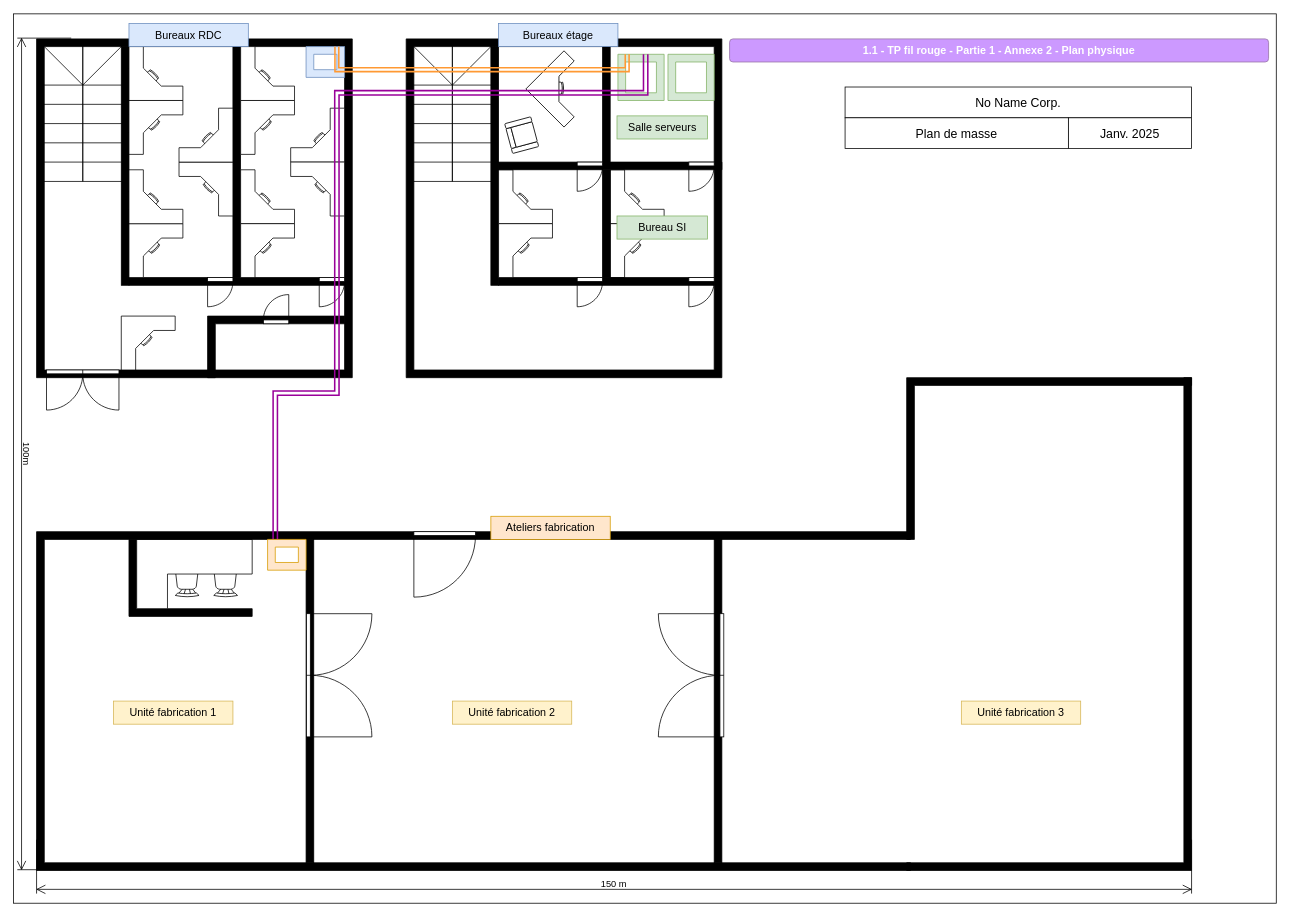
Earlier version of the draw.io diagram page "Plan physique" (4 of 4) of 1-1-Materiel-physique/1.1-TP-part2.drawio (No-Name-Academy/Networking-for-noobs). Source tidied: cells renumbered, new cells numbered last; positions are measured from the earlier drawing's top-left corner, leaving out a move shared by most shapes. Both pictures are drawn from the tidied source at 77%, with x=0, y=0 at pixel (-372, 14).
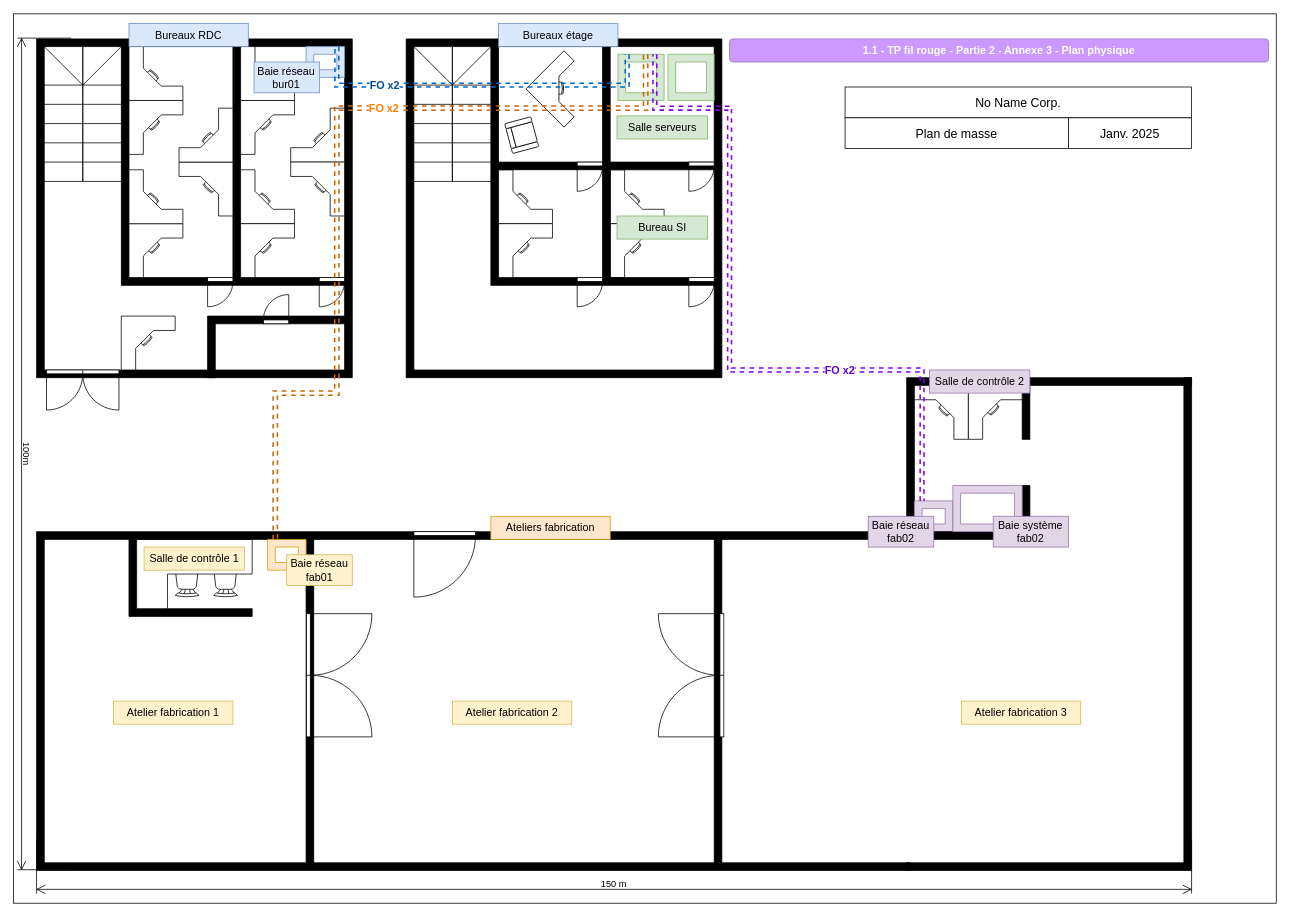
The same diagram, later.

Unchanged cells that the change refers to:
```xml
<mxCell id="41" style="verticalLabelPosition=bottom;html=1;verticalAlign=top;align=center;shape=mxgraph.floorplan.room;fillColor=#d5e8d4;strokeColor=#82b366;points=[[0.2,0,0,0,0],[0.4,0,0,0,0],[0.6,0,0,0,0],[0.8,0,0,0,0]];" parent="1" vertex="1">
  <mxGeometry x="1285" y="52" width="60" height="60" as="geometry" />
</mxCell>
<mxCell id="51" style="verticalLabelPosition=bottom;html=1;verticalAlign=top;align=center;shape=mxgraph.floorplan.room;fillColor=#dae8fc;strokeColor=#6c8ebf;points=[[0.2,0,0,0,0],[0.4,0,0,0,0],[0.6,0,0,0,0],[0.8,0,0,0,0]];" parent="1" vertex="1">
  <mxGeometry x="880" y="42" width="50" height="40" as="geometry" />
</mxCell>
<mxCell id="73" style="verticalLabelPosition=bottom;html=1;verticalAlign=top;align=center;shape=mxgraph.floorplan.room;fillColor=#ffe6cc;strokeColor=#d79b00;points=[[0.2,0,0,0,0],[0.4,0,0,0,0],[0.6,0,0,0,0],[0.8,0,0,0,0]];" parent="1" vertex="1">
  <mxGeometry x="830" y="682" width="50" height="40" as="geometry" />
</mxCell>
```

The edit, as a diff of the source:
```diff
@@
-    <mxCell id="61" value="Bureaux étage" style="text;html=1;align=center;verticalAlign=middle;whiteSpace=wrap;rounded=0;fillColor=#dae8fc;strokeColor=#6c8ebf;fontSize=14;" parent="1" vertex="1">
-      <mxGeometry x="1130" y="12" width="155" height="30" as="geometry" />
-    </mxCell>
@@
-    <mxCell id="63" value="Unité fabrication 1" style="text;html=1;align=center;verticalAlign=middle;whiteSpace=wrap;rounded=0;fillColor=#fff2cc;strokeColor=#d6b656;fontSize=14;" parent="1" vertex="1">
+    <mxCell id="63" value="Atelier fabrication 1" style="text;html=1;align=center;verticalAlign=middle;whiteSpace=wrap;rounded=0;fillColor=#fff2cc;strokeColor=#d6b656;fontSize=14;" parent="1" vertex="1">
       <mxGeometry x="630" y="892" width="155" height="30" as="geometry" />
     </mxCell>
-    <mxCell id="64" value="Unité fabrication 2" style="text;html=1;align=center;verticalAlign=middle;whiteSpace=wrap;rounded=0;fillColor=#fff2cc;strokeColor=#d6b656;fontSize=14;" parent="1" vertex="1">
+    <mxCell id="64" value="Atelier fabrication 2" style="text;html=1;align=center;verticalAlign=middle;whiteSpace=wrap;rounded=0;fillColor=#fff2cc;strokeColor=#d6b656;fontSize=14;" parent="1" vertex="1">
       <mxGeometry x="1070" y="892" width="155" height="30" as="geometry" />
     </mxCell>
-    <mxCell id="65" value="Unité fabrication 3" style="text;html=1;align=center;verticalAlign=middle;whiteSpace=wrap;rounded=0;fillColor=#fff2cc;strokeColor=#d6b656;fontSize=14;" parent="1" vertex="1">
+    <mxCell id="65" value="Atelier fabrication 3" style="text;html=1;align=center;verticalAlign=middle;whiteSpace=wrap;rounded=0;fillColor=#fff2cc;strokeColor=#d6b656;fontSize=14;" parent="1" vertex="1">
       <mxGeometry x="1731" y="892" width="155" height="30" as="geometry" />
     </mxCell>
@@
-    <mxCell id="71" style="endArrow=none;html=1;rounded=0;entryX=0.2;entryY=0;entryDx=0;entryDy=0;entryPerimeter=0;exitX=0.8;exitY=0;exitDx=0;exitDy=0;exitPerimeter=0;edgeStyle=orthogonalEdgeStyle;strokeWidth=2;strokeColor=#FF9933;shape=link;" parent="1" edge="1" source="51" target="41">
+    <mxCell id="71" style="endArrow=none;html=1;rounded=0;entryX=0.2;entryY=0;entryDx=0;entryDy=0;entryPerimeter=0;exitX=0.8;exitY=0;exitDx=0;exitDy=0;exitPerimeter=0;edgeStyle=orthogonalEdgeStyle;strokeWidth=2;strokeColor=#0066CC;shape=link;dashed=1;" parent="1" edge="1" source="51" target="41">
       <mxGeometry relative="1" as="geometry">
         <Array as="points">
-          <mxPoint x="920" y="72" />
-          <mxPoint x="1297" y="72" />
+          <mxPoint x="920" y="92" />
+          <mxPoint x="1297" y="92" />
         </Array>
       </mxGeometry>
     </mxCell>
+    <mxCell id="75" value="FO x2" style="edgeLabel;html=1;align=center;verticalAlign=middle;fontSize=14;fontColor=#004C99;fontStyle=1;" parent="71" vertex="1">
+      <mxGeometry x="0.28" y="1" relative="1" as="geometry">
+        <mxPoint x="-188" as="offset" />
+      </mxGeometry>
+    </mxCell>
-    <mxCell id="72" style="endArrow=none;html=1;rounded=0;entryX=0.6;entryY=0;entryDx=0;entryDy=0;entryPerimeter=0;exitX=0.2;exitY=0;exitDx=0;exitDy=0;exitPerimeter=0;edgeStyle=orthogonalEdgeStyle;strokeWidth=2;strokeColor=#990099;shape=link;width=4.615384615384615;" parent="1" edge="1" source="73" target="41">
+    <mxCell id="72" style="endArrow=none;html=1;rounded=0;entryX=0.6;entryY=0;entryDx=0;entryDy=0;entryPerimeter=0;exitX=0.2;exitY=0;exitDx=0;exitDy=0;exitPerimeter=0;edgeStyle=orthogonalEdgeStyle;strokeWidth=2;strokeColor=#CC6600;shape=link;width=4.615384615384615;dashed=1;" parent="1" edge="1" source="73" target="41">
       <mxGeometry relative="1" as="geometry">
         <Array as="points">
           <mxPoint x="840" y="492" />
           <mxPoint x="920" y="492" />
-          <mxPoint x="920" y="102" />
-          <mxPoint x="1321" y="102" />
+          <mxPoint x="920" y="122" />
+          <mxPoint x="1321" y="122" />
         </Array>
       </mxGeometry>
     </mxCell>
+    <mxCell id="76" value="FO x2" style="edgeLabel;html=1;align=center;verticalAlign=middle;fontSize=14;fontColor=#FF8000;fontStyle=1;" parent="72" vertex="1">
+      <mxGeometry x="0.26" y="-3" relative="1" as="geometry">
+        <mxPoint y="-4" as="offset" />
+      </mxGeometry>
+    </mxCell>
@@
+    <mxCell id="77" style="verticalLabelPosition=bottom;html=1;verticalAlign=top;align=center;shape=mxgraph.floorplan.room;fillColor=#e1d5e7;strokeColor=#9673a6;points=[[0.2,0,0,0,0],[0.4,0,0,0,0],[0.6,0,0,0,0],[0.8,0,0,0,0]];" parent="1" vertex="1">
+      <mxGeometry x="1670" y="632" width="50" height="40" as="geometry" />
+    </mxCell>
+    <mxCell id="78" style="verticalLabelPosition=bottom;html=1;verticalAlign=top;align=center;shape=mxgraph.floorplan.wall;fillColor=strokeColor;direction=south;" parent="1" vertex="1">
+      <mxGeometry x="1810" y="482" width="10" height="70" as="geometry" />
+    </mxCell>
+    <mxCell id="79" style="verticalLabelPosition=bottom;html=1;verticalAlign=top;align=center;shape=mxgraph.floorplan.desk_corner;" parent="1" vertex="1">
+      <mxGeometry x="1740" y="482" width="70" height="70" as="geometry" />
+    </mxCell>
+    <mxCell id="80" style="verticalLabelPosition=bottom;html=1;verticalAlign=top;align=center;shape=mxgraph.floorplan.desk_corner;rotation=90;" parent="1" vertex="1">
+      <mxGeometry x="1670" y="482" width="70" height="70" as="geometry" />
+    </mxCell>
+    <mxCell id="81" style="verticalLabelPosition=bottom;html=1;verticalAlign=top;align=center;shape=mxgraph.floorplan.wallCorner;fillColor=strokeColor;direction=west;" parent="1" vertex="1">
+      <mxGeometry x="1670" y="612" width="150" height="70" as="geometry" />
+    </mxCell>
+    <mxCell id="82" style="edgeStyle=orthogonalEdgeStyle;rounded=0;jettySize=auto;html=1;exitX=0.8;exitY=0;exitDx=0;exitDy=0;exitPerimeter=0;entryX=0.2;entryY=0;entryDx=0;entryDy=0;entryPerimeter=0;endArrow=none;endFill=0;strokeColor=#7F00FF;shape=link;strokeWidth=2;dashed=1;" parent="1" edge="1" source="41" target="77">
+      <mxGeometry relative="1" as="geometry">
+        <Array as="points">
+          <mxPoint x="1333" y="122" />
+          <mxPoint x="1430" y="122" />
+          <mxPoint x="1430" y="462" />
+          <mxPoint x="1680" y="462" />
+        </Array>
+      </mxGeometry>
+    </mxCell>
+    <mxCell id="83" value="FO x2" style="edgeLabel;html=1;align=center;verticalAlign=middle;fontSize=14;fontColor=#6600CC;fontStyle=1;" parent="82" vertex="1">
+      <mxGeometry x="0.4" relative="1" as="geometry" />
+    </mxCell>
+    <mxCell id="61" value="Bureaux étage" style="text;html=1;align=center;verticalAlign=middle;whiteSpace=wrap;rounded=0;fillColor=#dae8fc;strokeColor=#6c8ebf;fontSize=14;" parent="1" vertex="1">
+      <mxGeometry x="1130" y="12" width="155" height="30" as="geometry" />
+    </mxCell>
-    <mxCell id="74" value="1.1 - TP fil rouge - Partie 1 - Annexe 2 - Plan physique" style="rounded=1;whiteSpace=wrap;html=1;fillColor=#CC99FF;strokeColor=#9673a6;fontColor=#FFFFFF;fontSize=14;fontStyle=1;" parent="1" vertex="1">
+    <mxCell id="74" value="1.1 - TP fil rouge - Partie 2 - Annexe 3 - Plan physique" style="rounded=1;whiteSpace=wrap;html=1;fillColor=#CC99FF;strokeColor=#9673a6;fontColor=#FFFFFF;fontSize=14;fontStyle=1;" parent="1" vertex="1">
       <mxGeometry x="1430" y="32" width="700" height="30" as="geometry" />
     </mxCell>
+    <mxCell id="84" style="verticalLabelPosition=bottom;html=1;verticalAlign=top;align=center;shape=mxgraph.floorplan.room;fillColor=#e1d5e7;strokeColor=#9673a6;" parent="1" vertex="1">
+      <mxGeometry x="1720" y="612" width="90" height="60" as="geometry" />
+    </mxCell>
+    <mxCell id="85" value="Salle de contrôle 1" style="text;html=1;align=center;verticalAlign=middle;whiteSpace=wrap;rounded=0;fillColor=#fff2cc;strokeColor=#d6b656;fontSize=14;" parent="1" vertex="1">
+      <mxGeometry x="669.6" y="692" width="130.4" height="30" as="geometry" />
+    </mxCell>
+    <mxCell id="86" value="Baie réseau fab01" style="text;html=1;align=center;verticalAlign=middle;whiteSpace=wrap;rounded=0;fillColor=#fff2cc;strokeColor=#d6b656;fontSize=14;" parent="1" vertex="1">
+      <mxGeometry x="854.8" y="702" width="85.2" height="40" as="geometry" />
+    </mxCell>
+    <mxCell id="87" value="Baie réseau fab02" style="text;html=1;align=center;verticalAlign=middle;whiteSpace=wrap;rounded=0;fillColor=#e1d5e7;strokeColor=#9673a6;fontSize=14;" parent="1" vertex="1">
+      <mxGeometry x="1610" y="652" width="85.2" height="40" as="geometry" />
+    </mxCell>
+    <mxCell id="88" value="Salle de contrôle 2" style="text;html=1;align=center;verticalAlign=middle;whiteSpace=wrap;rounded=0;fillColor=#e1d5e7;strokeColor=#9673a6;fontSize=14;" parent="1" vertex="1">
+      <mxGeometry x="1689.6" y="462" width="130.4" height="30" as="geometry" />
+    </mxCell>
+    <mxCell id="89" value="Baie système fab02" style="text;html=1;align=center;verticalAlign=middle;whiteSpace=wrap;rounded=0;fillColor=#e1d5e7;strokeColor=#9673a6;fontSize=14;" parent="1" vertex="1">
+      <mxGeometry x="1772.4" y="652" width="97.6" height="40" as="geometry" />
+    </mxCell>
+    <mxCell id="90" value="Baie réseau bur01" style="text;html=1;align=center;verticalAlign=middle;whiteSpace=wrap;rounded=0;fillColor=#dae8fc;strokeColor=#6c8ebf;fontSize=14;" parent="1" vertex="1">
+      <mxGeometry x="812.4" y="62" width="85.2" height="40" as="geometry" />
+    </mxCell>
```
